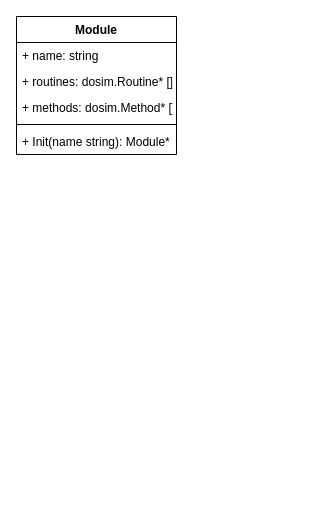
Dercury/CLDK keeps this draw.io diagram as scgo.drawio. Above is the earlier version. Source tidied: cells renumbered, new cells numbered last; positions are measured from the earlier drawing's top-left corner, leaving out a move shared by most shapes. Both pictures are drawn from the tidied source at 100%, with x=0, y=0 at pixel (16, 16).
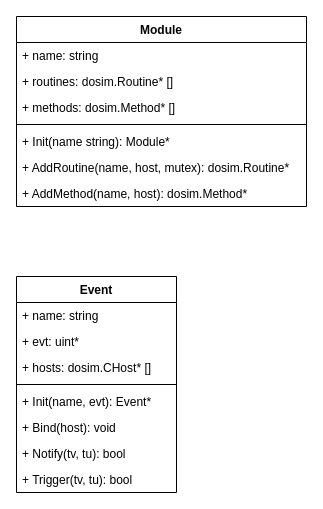
The same page after the edit.

Change to the diagram source:
```diff
@@
 <mxGraphModel>
   <root>
     <mxCell id="0" />
     <mxCell id="1" parent="0" />
     <mxCell id="2" value="Module" style="swimlane;fontStyle=1;align=center;verticalAlign=top;horizontal=1;startSize=26;" parent="1" vertex="1">
-      <mxGeometry width="160" height="138" as="geometry" />
+      <mxGeometry width="290" height="190" as="geometry" />
     </mxCell>
     <mxCell id="3" value="+ name: string" style="text;strokeColor=none;fillColor=none;align=left;verticalAlign=top;spacingLeft=4;spacingRight=4;overflow=hidden;" parent="2" vertex="1">
-      <mxGeometry y="26" width="160" height="26" as="geometry" />
+      <mxGeometry y="26" width="290" height="26" as="geometry" />
     </mxCell>
     <mxCell id="4" value="+ routines: dosim.Routine* []" style="text;strokeColor=none;fillColor=none;align=left;verticalAlign=top;spacingLeft=4;spacingRight=4;overflow=hidden;" parent="2" vertex="1">
-      <mxGeometry y="52" width="160" height="26" as="geometry" />
+      <mxGeometry y="52" width="290" height="26" as="geometry" />
     </mxCell>
     <mxCell id="5" value="+ methods: dosim.Method* []" style="text;strokeColor=none;fillColor=none;align=left;verticalAlign=top;spacingLeft=4;spacingRight=4;overflow=hidden;" parent="2" vertex="1">
-      <mxGeometry y="78" width="160" height="26" as="geometry" />
+      <mxGeometry y="78" width="290" height="26" as="geometry" />
     </mxCell>
     <mxCell id="6" style="line;strokeWidth=1;fillColor=none;align=left;verticalAlign=middle;spacingTop=-1;spacingLeft=3;spacingRight=3;labelPosition=right;" parent="2" vertex="1">
-      <mxGeometry y="104" width="160" height="8" as="geometry" />
+      <mxGeometry y="104" width="290" height="8" as="geometry" />
     </mxCell>
     <mxCell id="7" value="+ Init(name string): Module*" style="text;strokeColor=none;fillColor=none;align=left;verticalAlign=top;spacingLeft=4;spacingRight=4;overflow=hidden;" parent="2" vertex="1">
-      <mxGeometry y="112" width="160" height="26" as="geometry" />
+      <mxGeometry y="112" width="290" height="26" as="geometry" />
     </mxCell>
+    <mxCell id="8" value="+ AddRoutine(name, host, mutex): dosim.Routine*" style="text;strokeColor=none;fillColor=none;align=left;verticalAlign=top;spacingLeft=4;spacingRight=4;overflow=hidden;" parent="2" vertex="1">
+      <mxGeometry y="138" width="290" height="26" as="geometry" />
+    </mxCell>
+    <mxCell id="9" value="+ AddMethod(name, host): dosim.Method*" style="text;strokeColor=none;fillColor=none;align=left;verticalAlign=top;spacingLeft=4;spacingRight=4;overflow=hidden;" parent="2" vertex="1">
+      <mxGeometry y="164" width="290" height="26" as="geometry" />
+    </mxCell>
+    <mxCell id="10" value="Event" style="swimlane;fontStyle=1;align=center;verticalAlign=top;horizontal=1;startSize=26;" parent="1" vertex="1">
+      <mxGeometry y="260" width="160" height="216" as="geometry" />
+    </mxCell>
+    <mxCell id="11" value="+ name: string" style="text;strokeColor=none;fillColor=none;align=left;verticalAlign=top;spacingLeft=4;spacingRight=4;overflow=hidden;" parent="10" vertex="1">
+      <mxGeometry y="26" width="160" height="26" as="geometry" />
+    </mxCell>
+    <mxCell id="12" value="+ evt: uint*" style="text;strokeColor=none;fillColor=none;align=left;verticalAlign=top;spacingLeft=4;spacingRight=4;overflow=hidden;" parent="10" vertex="1">
+      <mxGeometry y="52" width="160" height="26" as="geometry" />
+    </mxCell>
+    <mxCell id="13" value="+ hosts: dosim.CHost* []" style="text;strokeColor=none;fillColor=none;align=left;verticalAlign=top;spacingLeft=4;spacingRight=4;overflow=hidden;" parent="10" vertex="1">
+      <mxGeometry y="78" width="160" height="26" as="geometry" />
+    </mxCell>
+    <mxCell id="14" style="line;strokeWidth=1;fillColor=none;align=left;verticalAlign=middle;spacingTop=-1;spacingLeft=3;spacingRight=3;labelPosition=right;" parent="10" vertex="1">
+      <mxGeometry y="104" width="160" height="8" as="geometry" />
+    </mxCell>
+    <mxCell id="15" value="+ Init(name, evt): Event*" style="text;strokeColor=none;fillColor=none;align=left;verticalAlign=top;spacingLeft=4;spacingRight=4;overflow=hidden;" parent="10" vertex="1">
+      <mxGeometry y="112" width="160" height="26" as="geometry" />
+    </mxCell>
+    <mxCell id="16" value="+ Bind(host): void" style="text;strokeColor=none;fillColor=none;align=left;verticalAlign=top;spacingLeft=4;spacingRight=4;overflow=hidden;" parent="10" vertex="1">
+      <mxGeometry y="138" width="160" height="26" as="geometry" />
+    </mxCell>
+    <mxCell id="17" value="+ Notify(tv, tu): bool" style="text;strokeColor=none;fillColor=none;align=left;verticalAlign=top;spacingLeft=4;spacingRight=4;overflow=hidden;" parent="10" vertex="1">
+      <mxGeometry y="164" width="160" height="26" as="geometry" />
+    </mxCell>
+    <mxCell id="18" value="+ Trigger(tv, tu): bool" style="text;strokeColor=none;fillColor=none;align=left;verticalAlign=top;spacingLeft=4;spacingRight=4;overflow=hidden;" parent="10" vertex="1">
+      <mxGeometry y="190" width="160" height="26" as="geometry" />
+    </mxCell>
   </root>
 </mxGraphModel>
```
